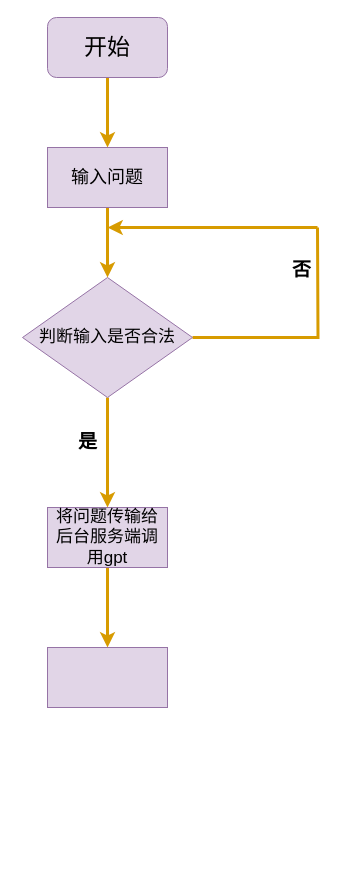
Above: 智能答疑流程图.drawio in ov0-0vo/1 (draw.io), before the change. Source tidied: cells renumbered, new cells numbered last; positions are measured from the earlier drawing's top-left corner, leaving out a move shared by most shapes. Both pictures are drawn from the tidied source at 100%, with x=0, y=0 at pixel (22, 17).
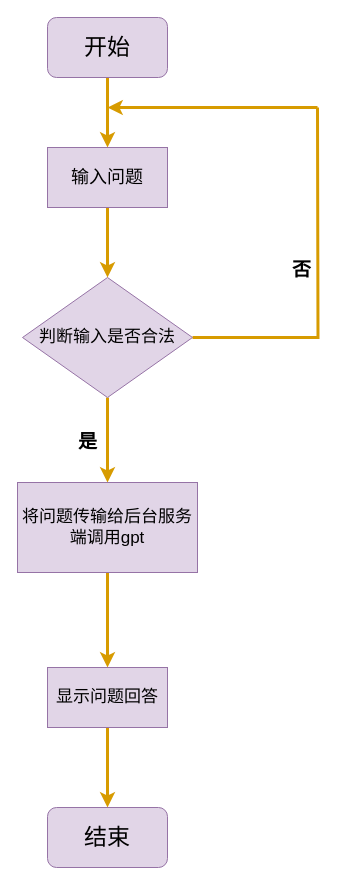
After the change.

Commit message (it also covers changes not shown here):
更新智能答疑流程图.drawio

The edit, as a diff of the source:
```diff
@@
 <mxGraphModel>
   <root>
     <mxCell id="0" />
     <mxCell id="1" parent="0" />
     <mxCell id="2" style="edgeStyle=none;shape=connector;rounded=0;jettySize=auto;html=1;labelBackgroundColor=default;strokeColor=#d79b00;strokeWidth=3;fontFamily=Times New Roman;fontSize=12;fontColor=default;endArrow=classic;fillColor=#ffe6cc;" parent="1" edge="1" source="4" target="10">
       <mxGeometry relative="1" as="geometry" />
     </mxCell>
     <mxCell id="3" style="edgeStyle=orthogonalEdgeStyle;shape=connector;rounded=0;jettySize=auto;html=1;exitX=1;exitY=0.5;exitDx=0;exitDy=0;labelBackgroundColor=default;strokeColor=#d79b00;strokeWidth=3;fontFamily=Times New Roman;fontSize=12;fontColor=default;endArrow=none;fillColor=#ffe6cc;endFill=0;" parent="1" edge="1" source="4">
       <mxGeometry relative="1" as="geometry">
-        <mxPoint x="295" y="210" as="targetPoint" />
+        <mxPoint x="295" y="90" as="targetPoint" />
       </mxGeometry>
     </mxCell>
     <mxCell id="4" value="判断输入是否合法" style="rhombus;whiteSpace=wrap;html=1;fillColor=#e1d5e7;strokeColor=#9673a6;fontSize=17;" parent="1" vertex="1">
       <mxGeometry y="260" width="170" height="120" as="geometry" />
     </mxCell>
     <mxCell id="5" style="rounded=0;jettySize=auto;html=1;exitX=0.5;exitY=1;exitDx=0;exitDy=0;entryX=0.5;entryY=0;entryDx=0;entryDy=0;fontFamily=Times New Roman;fontSize=12;fontColor=default;fillColor=#ffe6cc;strokeColor=#d79b00;strokeWidth=3;" parent="1" edge="1" source="6" target="8">
       <mxGeometry relative="1" as="geometry" />
     </mxCell>
     <mxCell id="6" value="开始" style="rounded=1;whiteSpace=wrap;html=1;fillColor=#e1d5e7;strokeColor=#9673a6;fontFamily=Times New Roman;fontSize=23;fontStyle=0;" parent="1" vertex="1">
       <mxGeometry x="25" width="120" height="60" as="geometry" />
     </mxCell>
     <mxCell id="7" style="edgeStyle=none;shape=connector;rounded=0;jettySize=auto;html=1;exitX=0.5;exitY=1;exitDx=0;exitDy=0;entryX=0.5;entryY=0;entryDx=0;entryDy=0;labelBackgroundColor=default;strokeColor=#d79b00;strokeWidth=3;fontFamily=Times New Roman;fontSize=12;fontColor=default;endArrow=classic;fillColor=#ffe6cc;" parent="1" edge="1" source="8" target="4">
       <mxGeometry relative="1" as="geometry" />
     </mxCell>
     <mxCell id="8" value="输入问题" style="rounded=0;whiteSpace=wrap;html=1;strokeColor=#9673a6;fontFamily=Times New Roman;fontSize=18;fontColor=default;fillColor=#e1d5e7;" parent="1" vertex="1">
       <mxGeometry x="25" y="130" width="120" height="60" as="geometry" />
     </mxCell>
-    <mxCell id="9" style="edgeStyle=none;shape=connector;rounded=0;jettySize=auto;html=1;labelBackgroundColor=default;strokeColor=#d79b00;strokeWidth=3;fontFamily=Times New Roman;fontSize=12;fontColor=default;endArrow=classic;fillColor=#ffe6cc;" parent="1" edge="1" source="10" target="12">
-      <mxGeometry relative="1" as="geometry" />
-    </mxCell>
+    <mxCell id="15" style="edgeStyle=none;shape=connector;rounded=0;jettySize=auto;html=1;labelBackgroundColor=default;strokeColor=#d79b00;strokeWidth=3;fontFamily=Times New Roman;fontSize=12;fontColor=default;endArrow=classic;fillColor=#ffe6cc;entryX=0.5;entryY=0;entryDx=0;entryDy=0;" parent="1" edge="1" source="10" target="17">
+      <mxGeometry relative="1" as="geometry" />
+    </mxCell>
     <mxCell id="10" value="将问题传输给后台服务端调用gpt" style="whiteSpace=wrap;html=1;fontSize=17;fillColor=#e1d5e7;strokeColor=#9673a6;" parent="1" vertex="1">
-      <mxGeometry x="25" y="490" width="120" height="60" as="geometry" />
+      <mxGeometry x="-5" y="465" width="180" height="90" as="geometry" />
     </mxCell>
     <mxCell id="11" value="是" style="text;html=1;align=center;verticalAlign=middle;strokeColor=none;fillColor=none;fontSize=19;fontFamily=Times New Roman;fontColor=default;fontStyle=1;" parent="1" vertex="1">
       <mxGeometry x="45" y="405" width="40" height="40" as="geometry" />
     </mxCell>
-    <mxCell id="12" style="whiteSpace=wrap;html=1;fontSize=17;fillColor=#e1d5e7;strokeColor=#9673a6;" parent="1" vertex="1">
-      <mxGeometry x="25" y="630" width="120" height="60" as="geometry" />
-    </mxCell>
     <mxCell id="13" style="endArrow=classic;html=1;rounded=0;labelBackgroundColor=default;strokeColor=#d79b00;strokeWidth=3;fontFamily=Times New Roman;fontSize=12;fontColor=default;fillColor=#ffe6cc;shape=connector;" parent="1" edge="1">
       <mxGeometry relative="1" as="geometry">
-        <mxPoint x="295" y="210" as="sourcePoint" />
-        <mxPoint x="85" y="210" as="targetPoint" />
+        <mxPoint x="295" y="90" as="sourcePoint" />
+        <mxPoint x="85" y="90" as="targetPoint" />
       </mxGeometry>
     </mxCell>
     <mxCell id="14" value="否" style="text;html=1;align=center;verticalAlign=middle;strokeColor=none;fillColor=none;fontSize=19;fontFamily=Times New Roman;fontColor=default;strokeWidth=3;fontStyle=1;" parent="1" vertex="1">
       <mxGeometry x="259" y="233" width="40" height="40" as="geometry" />
     </mxCell>
+    <mxCell id="16" style="edgeStyle=none;shape=connector;rounded=0;jettySize=auto;html=1;labelBackgroundColor=default;strokeColor=#d79b00;strokeWidth=3;fontFamily=Times New Roman;fontSize=12;fontColor=default;endArrow=classic;fillColor=#ffe6cc;" parent="1" edge="1" source="17" target="18">
+      <mxGeometry relative="1" as="geometry" />
+    </mxCell>
+    <mxCell id="17" value="显示问题回答" style="whiteSpace=wrap;html=1;fontSize=17;fillColor=#e1d5e7;strokeColor=#9673a6;" parent="1" vertex="1">
+      <mxGeometry x="25" y="650" width="120" height="60" as="geometry" />
+    </mxCell>
+    <mxCell id="18" value="结束" style="rounded=1;whiteSpace=wrap;html=1;fontSize=23;fillColor=#e1d5e7;strokeColor=#9673a6;" parent="1" vertex="1">
+      <mxGeometry x="25" y="790" width="120" height="60" as="geometry" />
+    </mxCell>
   </root>
 </mxGraphModel>
```
